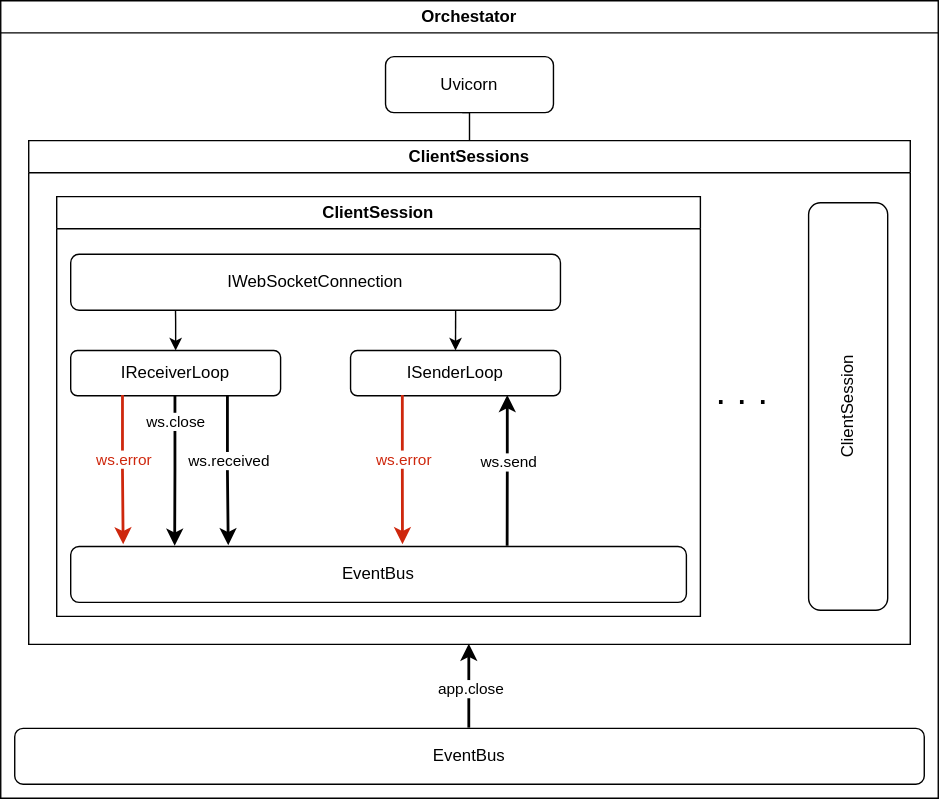
P4blo003/nyx keeps this draw.io diagram as nyx/modules/orchestator/docs/diagrams/Orchestator_Structure.svg. Above is the earlier version. Source tidied: cells renumbered, new cells last; positions are measured from the earlier drawing's top-left corner, leaving out a move shared by most shapes. Its diagram source:
```xml
<mxGraphModel>
  <root>
    <mxCell id="0" />
    <mxCell id="1" parent="0" />
    <mxCell id="2" value="Orchestator" style="swimlane;whiteSpace=wrap;html=1;" parent="1" vertex="1">
      <mxGeometry width="670" height="570" as="geometry" />
    </mxCell>
    <mxCell id="3" value="Uvicorn" style="rounded=1;whiteSpace=wrap;html=1;" parent="2" vertex="1">
      <mxGeometry x="275" y="40" width="120" height="40" as="geometry" />
    </mxCell>
    <mxCell id="4" value="ClientSessions" style="swimlane;whiteSpace=wrap;html=1;" parent="2" vertex="1">
      <mxGeometry x="20" y="100" width="630" height="360" as="geometry" />
    </mxCell>
    <mxCell id="5" value="ClientSession" style="swimlane;whiteSpace=wrap;html=1;startSize=23;" parent="4" vertex="1">
      <mxGeometry x="20" y="40" width="460" height="300" as="geometry" />
    </mxCell>
    <mxCell id="6" value="IWebSocketConnection" style="rounded=1;whiteSpace=wrap;html=1;" parent="5" vertex="1">
      <mxGeometry x="10" y="41.2" width="350" height="40" as="geometry" />
    </mxCell>
    <mxCell id="7" value="IReceiverLoop" style="rounded=1;whiteSpace=wrap;html=1;" parent="5" vertex="1">
      <mxGeometry x="10" y="110" width="150" height="32.3" as="geometry" />
    </mxCell>
    <mxCell id="8" style="edgeStyle=orthogonalEdgeStyle;rounded=0;jettySize=auto;html=1;endArrow=none;endFill=0;startArrow=classic;startFill=1;entryX=0.214;entryY=0.995;entryDx=0;entryDy=0;entryPerimeter=0;" parent="5" edge="1" source="7" target="6">
      <mxGeometry relative="1" as="geometry" />
    </mxCell>
    <mxCell id="9" value="EventBus" style="rounded=1;whiteSpace=wrap;html=1;" parent="5" vertex="1">
      <mxGeometry x="10" y="250" width="440" height="40" as="geometry" />
    </mxCell>
    <mxCell id="10" style="edgeStyle=orthogonalEdgeStyle;rounded=0;jettySize=auto;html=1;exitX=0.25;exitY=1;exitDx=0;exitDy=0;strokeWidth=2;fillColor=#a20025;strokeColor=#CE270D;" parent="5" edge="1" source="7">
      <mxGeometry relative="1" as="geometry">
        <mxPoint x="48" y="249" as="targetPoint" />
      </mxGeometry>
    </mxCell>
    <mxCell id="11" value="ws.error" style="edgeLabel;html=1;align=center;verticalAlign=middle;fontColor=#CE270D;" parent="10" vertex="1">
      <mxGeometry x="-0.16" relative="1" as="geometry" />
    </mxCell>
    <mxCell id="12" style="edgeStyle=orthogonalEdgeStyle;rounded=0;jettySize=auto;html=1;entryX=0.257;entryY=-0.01;entryDx=0;entryDy=0;exitX=0.75;exitY=1;exitDx=0;exitDy=0;strokeWidth=2;entryPerimeter=0;" parent="5" edge="1" source="7" target="9">
      <mxGeometry relative="1" as="geometry" />
    </mxCell>
    <mxCell id="13" value="ws.received" style="edgeLabel;html=1;align=center;verticalAlign=middle;" parent="12" vertex="1">
      <mxGeometry x="-0.15" relative="1" as="geometry" />
    </mxCell>
    <mxCell id="14" value="ISenderLoop" style="rounded=1;whiteSpace=wrap;html=1;" parent="5" vertex="1">
      <mxGeometry x="210" y="110" width="150" height="32.3" as="geometry" />
    </mxCell>
    <mxCell id="15" style="edgeStyle=orthogonalEdgeStyle;rounded=0;jettySize=auto;html=1;endArrow=none;endFill=0;startArrow=classic;startFill=1;exitX=0.5;exitY=0;exitDx=0;exitDy=0;entryX=0.786;entryY=1.01;entryDx=0;entryDy=0;entryPerimeter=0;" parent="5" edge="1" source="14" target="6">
      <mxGeometry relative="1" as="geometry" />
    </mxCell>
    <mxCell id="16" style="edgeStyle=orthogonalEdgeStyle;rounded=0;jettySize=auto;html=1;entryX=0.17;entryY=0;entryDx=0;entryDy=0;entryPerimeter=0;strokeWidth=2;" parent="5" edge="1" source="7" target="9">
      <mxGeometry relative="1" as="geometry" />
    </mxCell>
    <mxCell id="17" value="ws.close" style="edgeLabel;html=1;align=center;verticalAlign=middle;" parent="16" vertex="1">
      <mxGeometry x="-0.66" y="-1" relative="1" as="geometry" />
    </mxCell>
    <mxCell id="18" style="edgeStyle=orthogonalEdgeStyle;rounded=0;jettySize=auto;html=1;exitX=0.75;exitY=1;exitDx=0;exitDy=0;entryX=0.71;entryY=0;entryDx=0;entryDy=0;entryPerimeter=0;strokeWidth=2;startArrow=classic;startFill=1;endArrow=none;endFill=0;" parent="5" edge="1" source="14" target="9">
      <mxGeometry relative="1" as="geometry" />
    </mxCell>
    <mxCell id="19" value="ws.send" style="edgeLabel;html=1;align=center;verticalAlign=middle;" parent="18" vertex="1">
      <mxGeometry x="-0.13" relative="1" as="geometry" />
    </mxCell>
    <mxCell id="20" style="edgeStyle=orthogonalEdgeStyle;rounded=0;jettySize=auto;html=1;exitX=0.25;exitY=1;exitDx=0;exitDy=0;strokeWidth=2;fillColor=#a20025;strokeColor=#CE270D;entryX=0.54;entryY=-0.027;entryDx=0;entryDy=0;entryPerimeter=0;" parent="5" edge="1" source="14" target="9">
      <mxGeometry relative="1" as="geometry" />
    </mxCell>
    <mxCell id="21" value="ws.error" style="edgeLabel;html=1;align=center;verticalAlign=middle;fontColor=#CE270D;" parent="20" vertex="1">
      <mxGeometry x="-0.16" relative="1" as="geometry" />
    </mxCell>
    <mxCell id="22" value="ClientSession" style="rounded=1;whiteSpace=wrap;html=1;rotation=-90;" parent="4" vertex="1">
      <mxGeometry x="440" y="161.7" width="291.2" height="56.5" as="geometry" />
    </mxCell>
    <mxCell id="23" value=". . ." style="text;html=1;whiteSpace=wrap;strokeColor=none;fillColor=none;align=center;verticalAlign=middle;rounded=0;strokeWidth=1;fontSize=27;" parent="4" vertex="1">
      <mxGeometry x="480" y="167.5" width="60" height="25" as="geometry" />
    </mxCell>
    <mxCell id="24" style="edgeStyle=orthogonalEdgeStyle;rounded=0;jettySize=auto;html=1;entryX=0.457;entryY=1.022;entryDx=0;entryDy=0;entryPerimeter=0;endArrow=none;endFill=0;" parent="2" edge="1" source="4" target="3">
      <mxGeometry relative="1" as="geometry" />
    </mxCell>
    <mxCell id="25" style="edgeStyle=orthogonalEdgeStyle;rounded=0;jettySize=auto;html=1;entryX=0.5;entryY=1;entryDx=0;entryDy=0;strokeWidth=2;" parent="1" edge="1" source="27" target="4">
      <mxGeometry relative="1" as="geometry" />
    </mxCell>
    <mxCell id="26" value="app.close" style="edgeLabel;html=1;align=center;verticalAlign=middle;" parent="25" vertex="1">
      <mxGeometry x="-0.02" relative="1" as="geometry" />
    </mxCell>
    <mxCell id="27" value="EventBus" style="rounded=1;whiteSpace=wrap;html=1;" parent="1" vertex="1">
      <mxGeometry x="10" y="520" width="650" height="40" as="geometry" />
    </mxCell>
  </root>
</mxGraphModel>
```
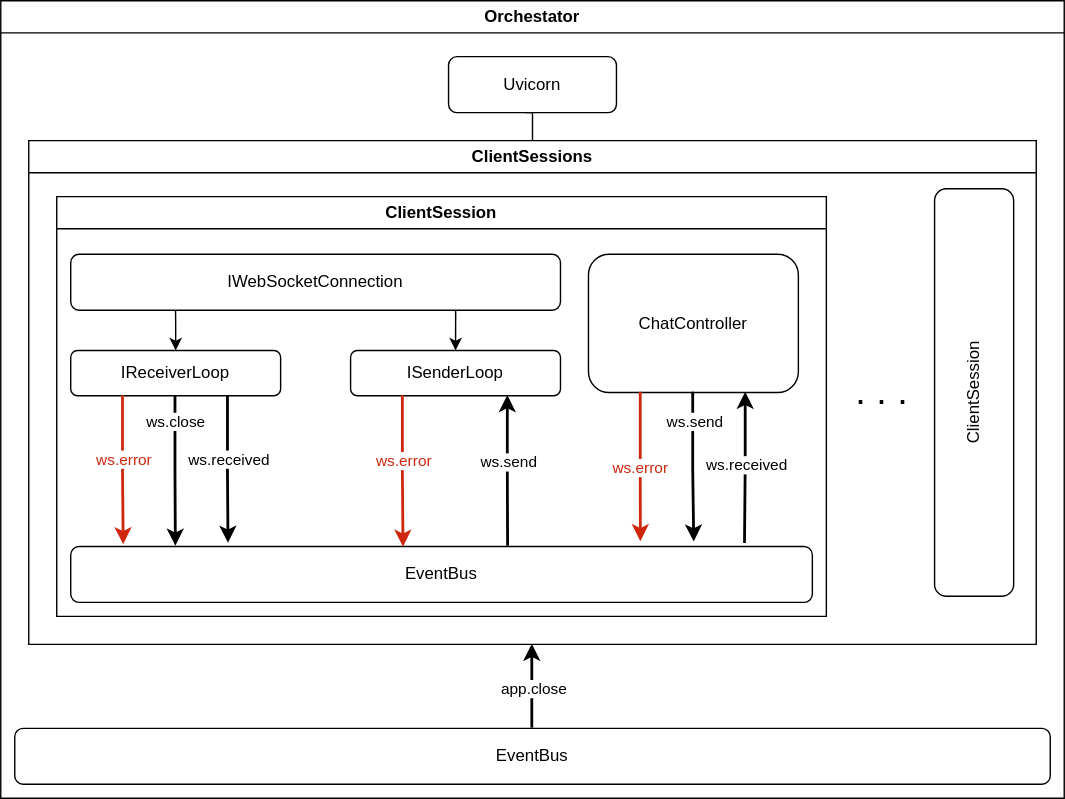
The same diagram one commit later.

Commit message:
delete (nyx): Delete incomplete orchestator diagram.

The edit, as a diff of the source:
```diff
@@ -3,16 +3,16 @@
     <mxCell id="0" />
     <mxCell id="1" parent="0" />
     <mxCell id="2" value="Orchestator" style="swimlane;whiteSpace=wrap;html=1;" parent="1" vertex="1">
-      <mxGeometry width="670" height="570" as="geometry" />
+      <mxGeometry width="760" height="570" as="geometry" />
     </mxCell>
     <mxCell id="3" value="Uvicorn" style="rounded=1;whiteSpace=wrap;html=1;" parent="2" vertex="1">
-      <mxGeometry x="275" y="40" width="120" height="40" as="geometry" />
+      <mxGeometry x="320" y="40" width="120" height="40" as="geometry" />
     </mxCell>
     <mxCell id="4" value="ClientSessions" style="swimlane;whiteSpace=wrap;html=1;" parent="2" vertex="1">
-      <mxGeometry x="20" y="100" width="630" height="360" as="geometry" />
+      <mxGeometry x="20" y="100" width="720" height="360" as="geometry" />
     </mxCell>
     <mxCell id="5" value="ClientSession" style="swimlane;whiteSpace=wrap;html=1;startSize=23;" parent="4" vertex="1">
-      <mxGeometry x="20" y="40" width="460" height="300" as="geometry" />
+      <mxGeometry x="20" y="40" width="550" height="300" as="geometry" />
     </mxCell>
     <mxCell id="6" value="IWebSocketConnection" style="rounded=1;whiteSpace=wrap;html=1;" parent="5" vertex="1">
       <mxGeometry x="10" y="41.2" width="350" height="40" as="geometry" />
@@ -24,7 +24,7 @@
       <mxGeometry relative="1" as="geometry" />
     </mxCell>
     <mxCell id="9" value="EventBus" style="rounded=1;whiteSpace=wrap;html=1;" parent="5" vertex="1">
-      <mxGeometry x="10" y="250" width="440" height="40" as="geometry" />
+      <mxGeometry x="10" y="250" width="530" height="40" as="geometry" />
     </mxCell>
     <mxCell id="10" style="edgeStyle=orthogonalEdgeStyle;rounded=0;jettySize=auto;html=1;exitX=0.25;exitY=1;exitDx=0;exitDy=0;strokeWidth=2;fillColor=#a20025;strokeColor=#CE270D;" parent="5" edge="1" source="7">
       <mxGeometry relative="1" as="geometry">
@@ -34,7 +34,7 @@
     <mxCell id="11" value="ws.error" style="edgeLabel;html=1;align=center;verticalAlign=middle;fontColor=#CE270D;" parent="10" vertex="1">
       <mxGeometry x="-0.16" relative="1" as="geometry" />
     </mxCell>
-    <mxCell id="12" style="edgeStyle=orthogonalEdgeStyle;rounded=0;jettySize=auto;html=1;entryX=0.257;entryY=-0.01;entryDx=0;entryDy=0;exitX=0.75;exitY=1;exitDx=0;exitDy=0;strokeWidth=2;entryPerimeter=0;" parent="5" edge="1" source="7" target="9">
+    <mxCell id="12" style="edgeStyle=orthogonalEdgeStyle;rounded=0;jettySize=auto;html=1;entryX=0.213;entryY=-0.051;entryDx=0;entryDy=0;exitX=0.75;exitY=1;exitDx=0;exitDy=0;strokeWidth=2;entryPerimeter=0;" parent="5" edge="1" source="7" target="9">
       <mxGeometry relative="1" as="geometry" />
     </mxCell>
     <mxCell id="13" value="ws.received" style="edgeLabel;html=1;align=center;verticalAlign=middle;" parent="12" vertex="1">
@@ -46,29 +46,54 @@
     <mxCell id="15" style="edgeStyle=orthogonalEdgeStyle;rounded=0;jettySize=auto;html=1;endArrow=none;endFill=0;startArrow=classic;startFill=1;exitX=0.5;exitY=0;exitDx=0;exitDy=0;entryX=0.786;entryY=1.01;entryDx=0;entryDy=0;entryPerimeter=0;" parent="5" edge="1" source="14" target="6">
       <mxGeometry relative="1" as="geometry" />
     </mxCell>
-    <mxCell id="16" style="edgeStyle=orthogonalEdgeStyle;rounded=0;jettySize=auto;html=1;entryX=0.17;entryY=0;entryDx=0;entryDy=0;entryPerimeter=0;strokeWidth=2;" parent="5" edge="1" source="7" target="9">
+    <mxCell id="16" style="edgeStyle=orthogonalEdgeStyle;rounded=0;jettySize=auto;html=1;entryX=0.142;entryY=0;entryDx=0;entryDy=0;entryPerimeter=0;strokeWidth=2;" parent="5" edge="1" source="7" target="9">
       <mxGeometry relative="1" as="geometry" />
     </mxCell>
     <mxCell id="17" value="ws.close" style="edgeLabel;html=1;align=center;verticalAlign=middle;" parent="16" vertex="1">
       <mxGeometry x="-0.66" y="-1" relative="1" as="geometry" />
     </mxCell>
-    <mxCell id="18" style="edgeStyle=orthogonalEdgeStyle;rounded=0;jettySize=auto;html=1;exitX=0.75;exitY=1;exitDx=0;exitDy=0;entryX=0.71;entryY=0;entryDx=0;entryDy=0;entryPerimeter=0;strokeWidth=2;startArrow=classic;startFill=1;endArrow=none;endFill=0;" parent="5" edge="1" source="14" target="9">
+    <mxCell id="18" style="edgeStyle=orthogonalEdgeStyle;rounded=0;jettySize=auto;html=1;exitX=0.75;exitY=1;exitDx=0;exitDy=0;entryX=0.59;entryY=0;entryDx=0;entryDy=0;entryPerimeter=0;strokeWidth=2;startArrow=classic;startFill=1;endArrow=none;endFill=0;" parent="5" edge="1" source="14" target="9">
       <mxGeometry relative="1" as="geometry" />
     </mxCell>
     <mxCell id="19" value="ws.send" style="edgeLabel;html=1;align=center;verticalAlign=middle;" parent="18" vertex="1">
       <mxGeometry x="-0.13" relative="1" as="geometry" />
     </mxCell>
-    <mxCell id="20" style="edgeStyle=orthogonalEdgeStyle;rounded=0;jettySize=auto;html=1;exitX=0.25;exitY=1;exitDx=0;exitDy=0;strokeWidth=2;fillColor=#a20025;strokeColor=#CE270D;entryX=0.54;entryY=-0.027;entryDx=0;entryDy=0;entryPerimeter=0;" parent="5" edge="1" source="14" target="9">
+    <mxCell id="20" style="edgeStyle=orthogonalEdgeStyle;rounded=0;jettySize=auto;html=1;exitX=0.25;exitY=1;exitDx=0;exitDy=0;strokeWidth=2;fillColor=#a20025;strokeColor=#CE270D;entryX=0.449;entryY=0.017;entryDx=0;entryDy=0;entryPerimeter=0;" parent="5" edge="1" source="14" target="9">
       <mxGeometry relative="1" as="geometry" />
     </mxCell>
     <mxCell id="21" value="ws.error" style="edgeLabel;html=1;align=center;verticalAlign=middle;fontColor=#CE270D;" parent="20" vertex="1">
       <mxGeometry x="-0.16" relative="1" as="geometry" />
     </mxCell>
+    <mxCell id="28" value="ChatController" style="rounded=1;whiteSpace=wrap;html=1;" parent="5" vertex="1">
+      <mxGeometry x="380" y="41.2" width="150" height="98.8" as="geometry" />
+    </mxCell>
+    <mxCell id="29" style="edgeStyle=orthogonalEdgeStyle;rounded=0;jettySize=auto;html=1;entryX=0.769;entryY=-0.079;entryDx=0;entryDy=0;entryPerimeter=0;exitX=0.25;exitY=1;exitDx=0;exitDy=0;strokeWidth=2;fillColor=#a20025;strokeColor=#CE270D;" parent="5" edge="1" source="28" target="9">
+      <mxGeometry relative="1" as="geometry" />
+    </mxCell>
+    <mxCell id="30" value="&lt;font style=&quot;color: rgb(206, 39, 13);&quot;&gt;ws.error&lt;/font&gt;" style="edgeLabel;html=1;align=center;verticalAlign=middle;" parent="29" vertex="1">
+      <mxGeometry x="-0.03" y="-1" relative="1" as="geometry">
+        <mxPoint y="1" as="offset" />
+      </mxGeometry>
+    </mxCell>
+    <mxCell id="31" style="edgeStyle=orthogonalEdgeStyle;rounded=0;jettySize=auto;html=1;exitX=0.75;exitY=1;exitDx=0;exitDy=0;startArrow=classic;startFill=1;endArrow=none;endFill=0;strokeWidth=2;" parent="5" edge="1" source="28">
+      <mxGeometry relative="1" as="geometry">
+        <mxPoint x="492" y="248" as="targetPoint" />
+      </mxGeometry>
+    </mxCell>
+    <mxCell id="32" value="ws.received" style="edgeLabel;html=1;align=center;verticalAlign=middle;" parent="31" vertex="1">
+      <mxGeometry x="-0.07" relative="1" as="geometry" />
+    </mxCell>
+    <mxCell id="33" style="edgeStyle=orthogonalEdgeStyle;rounded=0;jettySize=auto;html=1;entryX=0.841;entryY=-0.074;entryDx=0;entryDy=0;entryPerimeter=0;strokeWidth=2;" parent="5" edge="1" source="28" target="9">
+      <mxGeometry relative="1" as="geometry" />
+    </mxCell>
+    <mxCell id="34" value="ws.send" style="edgeLabel;html=1;align=center;verticalAlign=middle;" parent="33" vertex="1">
+      <mxGeometry x="-0.63" relative="1" as="geometry" />
+    </mxCell>
     <mxCell id="22" value="ClientSession" style="rounded=1;whiteSpace=wrap;html=1;rotation=-90;" parent="4" vertex="1">
-      <mxGeometry x="440" y="161.7" width="291.2" height="56.5" as="geometry" />
+      <mxGeometry x="530" y="151.7" width="291.2" height="56.5" as="geometry" />
     </mxCell>
     <mxCell id="23" value=". . ." style="text;html=1;whiteSpace=wrap;strokeColor=none;fillColor=none;align=center;verticalAlign=middle;rounded=0;strokeWidth=1;fontSize=27;" parent="4" vertex="1">
-      <mxGeometry x="480" y="167.5" width="60" height="25" as="geometry" />
+      <mxGeometry x="580" y="167.5" width="60" height="25" as="geometry" />
     </mxCell>
     <mxCell id="24" style="edgeStyle=orthogonalEdgeStyle;rounded=0;jettySize=auto;html=1;entryX=0.457;entryY=1.022;entryDx=0;entryDy=0;entryPerimeter=0;endArrow=none;endFill=0;" parent="2" edge="1" source="4" target="3">
       <mxGeometry relative="1" as="geometry" />
@@ -80,7 +105,7 @@
       <mxGeometry x="-0.02" relative="1" as="geometry" />
     </mxCell>
     <mxCell id="27" value="EventBus" style="rounded=1;whiteSpace=wrap;html=1;" parent="1" vertex="1">
-      <mxGeometry x="10" y="520" width="650" height="40" as="geometry" />
+      <mxGeometry x="10" y="520" width="740" height="40" as="geometry" />
     </mxCell>
   </root>
 </mxGraphModel>
```
